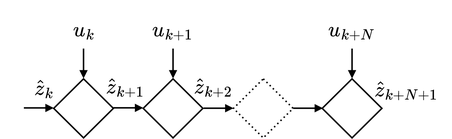
The draw.io diagram assets/img/blog/rnn-schematics.png in shamilmamedov/shamilmamedov.github.io, before a commit. Source tidied: cells renumbered, new cells last; positions are measured from the earlier drawing's top-left corner, leaving out a move shared by most shapes.
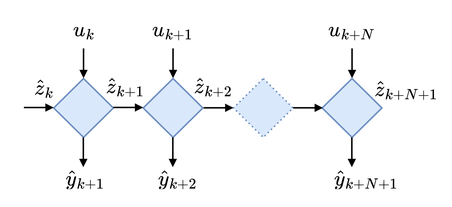
After the change.

Diff of the diagram source:
```diff
@@ -2,10 +2,10 @@
   <root>
     <mxCell id="0" />
     <mxCell id="1" parent="0" />
-    <mxCell id="2" style="rhombus;whiteSpace=wrap;html=1;fillColor=none;" parent="1" vertex="1">
+    <mxCell id="2" style="rhombus;whiteSpace=wrap;html=1;fillColor=#dae8fc;strokeColor=#6c8ebf;" parent="1" vertex="1">
       <mxGeometry x="35.5" y="48.2" width="40" height="39.5" as="geometry" />
     </mxCell>
-    <mxCell id="3" style="rhombus;whiteSpace=wrap;html=1;fillColor=none;" parent="1" vertex="1">
+    <mxCell id="3" style="rhombus;whiteSpace=wrap;html=1;fillColor=#dae8fc;strokeColor=#6c8ebf;" parent="1" vertex="1">
       <mxGeometry x="95.5" y="48.2" width="40" height="39.5" as="geometry" />
     </mxCell>
     <mxCell id="4" style="endArrow=block;html=1;rounded=0;endSize=3;endFill=1;" parent="1" edge="1">
@@ -20,7 +20,7 @@
     <mxCell id="6" value="$$\hat z_{k+2}$$" style="text;html=1;strokeColor=none;fillColor=none;align=center;verticalAlign=middle;whiteSpace=wrap;rounded=0;" parent="1" vertex="1">
       <mxGeometry x="113" y="38" width="60" height="30" as="geometry" />
     </mxCell>
-    <mxCell id="7" style="rhombus;whiteSpace=wrap;html=1;dashed=1;dashPattern=1 2;fillColor=none;" parent="1" vertex="1">
+    <mxCell id="7" style="rhombus;whiteSpace=wrap;html=1;dashed=1;dashPattern=1 2;fillColor=#dae8fc;strokeColor=#6c8ebf;" parent="1" vertex="1">
       <mxGeometry x="156" y="48.2" width="40" height="39.5" as="geometry" />
     </mxCell>
     <mxCell id="8" style="endArrow=block;html=1;rounded=0;endSize=3;endFill=1;" parent="1" edge="1">
@@ -29,7 +29,7 @@
         <mxPoint x="156" y="67.9" as="targetPoint" />
       </mxGeometry>
     </mxCell>
-    <mxCell id="9" style="rhombus;whiteSpace=wrap;html=1;fillColor=none;" parent="1" vertex="1">
+    <mxCell id="9" style="rhombus;whiteSpace=wrap;html=1;fillColor=#dae8fc;strokeColor=#6c8ebf;" parent="1" vertex="1">
       <mxGeometry x="215.5" y="48.2" width="40" height="39.5" as="geometry" />
     </mxCell>
     <mxCell id="10" value="$$\hat z_{k+N+1}$$" style="text;html=1;strokeColor=none;fillColor=none;align=center;verticalAlign=middle;whiteSpace=wrap;rounded=0;" parent="1" vertex="1">
@@ -77,5 +77,32 @@
         <mxPoint x="35.5" y="67.7" as="targetPoint" />
       </mxGeometry>
     </mxCell>
+    <mxCell id="20" style="endArrow=block;html=1;rounded=0;endSize=3;endFill=1;" parent="1" edge="1">
+      <mxGeometry relative="1" as="geometry">
+        <mxPoint x="235.4" y="87.8" as="sourcePoint" />
+        <mxPoint x="235.4" y="107.8" as="targetPoint" />
+      </mxGeometry>
+    </mxCell>
+    <mxCell id="21" style="endArrow=block;html=1;rounded=0;endSize=3;endFill=1;" parent="1" edge="1">
+      <mxGeometry relative="1" as="geometry">
+        <mxPoint x="115.4" y="87.8" as="sourcePoint" />
+        <mxPoint x="115.4" y="107.8" as="targetPoint" />
+      </mxGeometry>
+    </mxCell>
+    <mxCell id="22" style="endArrow=block;html=1;rounded=0;endSize=3;endFill=1;" parent="1" edge="1">
+      <mxGeometry relative="1" as="geometry">
+        <mxPoint x="55.4" y="87.8" as="sourcePoint" />
+        <mxPoint x="55.4" y="107.8" as="targetPoint" />
+      </mxGeometry>
+    </mxCell>
+    <mxCell id="23" value="$$\hat y_{k+1}$$" style="text;html=1;strokeColor=none;fillColor=none;align=center;verticalAlign=middle;whiteSpace=wrap;rounded=0;" parent="1" vertex="1">
+      <mxGeometry x="27" y="100" width="60" height="30" as="geometry" />
+    </mxCell>
+    <mxCell id="24" value="$$\hat y_{k+2}$$" style="text;html=1;strokeColor=none;fillColor=none;align=center;verticalAlign=middle;whiteSpace=wrap;rounded=0;" parent="1" vertex="1">
+      <mxGeometry x="88.5" y="100" width="60" height="30" as="geometry" />
+    </mxCell>
+    <mxCell id="25" value="$$\hat y_{k+N+1}$$" style="text;html=1;strokeColor=none;fillColor=none;align=center;verticalAlign=middle;whiteSpace=wrap;rounded=0;" parent="1" vertex="1">
+      <mxGeometry x="214.5" y="100" width="60" height="30" as="geometry" />
+    </mxCell>
   </root>
 </mxGraphModel>
```
